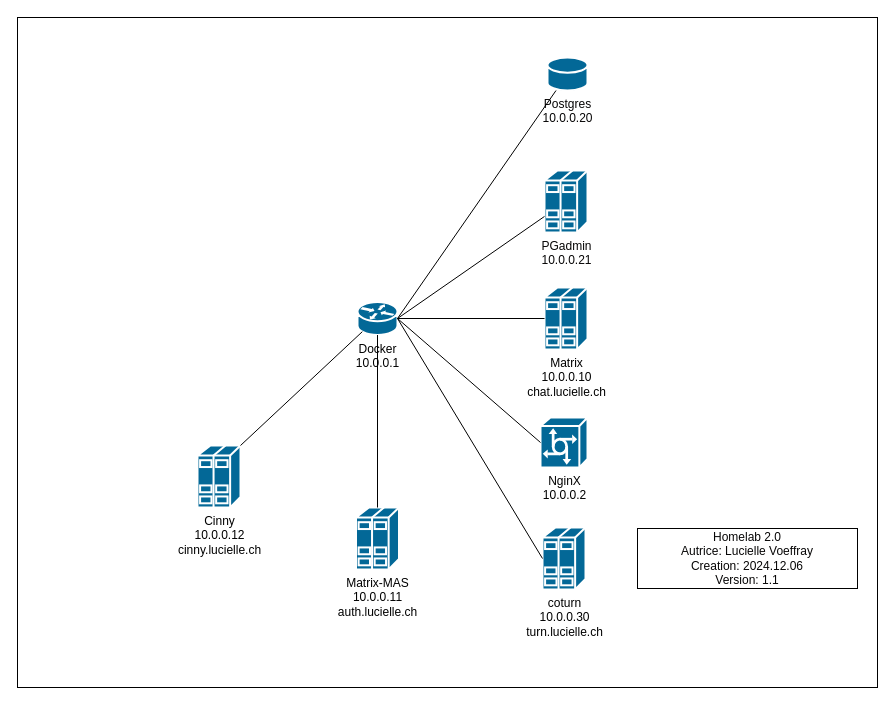
Before: documentation/network.drawio in Lucielle-Voeffray/postgres-docker, a draw.io diagram. Source tidied: cells renumbered, new cells numbered last; positions are measured from the earlier drawing's top-left corner, leaving out a move shared by most shapes. Both pictures are drawn from the tidied source at 100%, with x=0, y=0 at pixel (17, 17).
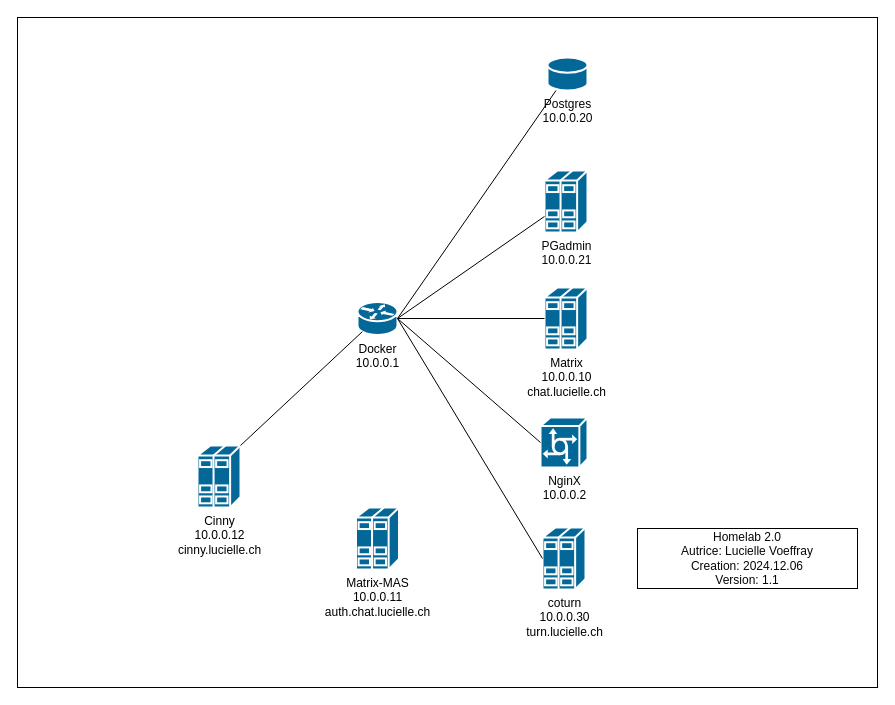
After the change.

Commit message:
Abandoning MAS for the time being, not enough client support it

Diff of the diagram source:
```diff
@@
 <mxGraphModel>
   <root>
     <mxCell id="0" />
     <mxCell id="1" parent="0" />
     <mxCell id="2" style="rounded=0;whiteSpace=wrap;html=1;fillColor=#FFFFFF;" parent="1" vertex="1">
       <mxGeometry width="860" height="670" as="geometry" />
     </mxCell>
     <mxCell id="3" value="&lt;font color=&quot;#000000&quot;&gt;Docker&lt;br&gt;10.0.0.1&lt;/font&gt;" style="shape=mxgraph.cisco.routers.router;sketch=0;html=1;dashed=0;fillColor=#036897;strokeColor=#ffffff;strokeWidth=2;verticalLabelPosition=bottom;verticalAlign=top;align=center;outlineConnect=0;" parent="1" vertex="1">
       <mxGeometry x="340" y="284.5" width="40" height="33" as="geometry" />
     </mxCell>
     <mxCell id="4" value="&lt;font color=&quot;#080707&quot;&gt;Postgres&lt;br&gt;10.0.0.20&lt;/font&gt;" style="shape=mxgraph.cisco.storage.relational_database;sketch=0;html=1;dashed=0;fillColor=#036897;strokeColor=#ffffff;strokeWidth=2;verticalLabelPosition=bottom;verticalAlign=top;align=center;outlineConnect=0;" parent="1" vertex="1">
       <mxGeometry x="530" y="40" width="40" height="33" as="geometry" />
     </mxCell>
     <mxCell id="5" value="&lt;font color=&quot;#080707&quot;&gt;PGadmin&lt;br&gt;10.0.0.21&lt;/font&gt;" style="shape=mxgraph.cisco.servers.standard_host;sketch=0;html=1;dashed=0;fillColor=#036897;strokeColor=#ffffff;strokeWidth=2;verticalLabelPosition=bottom;verticalAlign=top;align=center;outlineConnect=0;" parent="1" vertex="1">
       <mxGeometry x="527" y="153" width="43" height="62" as="geometry" />
     </mxCell>
     <mxCell id="6" value="&lt;font color=&quot;#000000&quot;&gt;Matrix&lt;br&gt;10.0.0.10&lt;br&gt;chat.lucielle.ch&lt;br&gt;&lt;/font&gt;" style="shape=mxgraph.cisco.servers.standard_host;sketch=0;html=1;dashed=0;fillColor=#036897;strokeColor=#ffffff;strokeWidth=2;verticalLabelPosition=bottom;verticalAlign=top;align=center;outlineConnect=0;" parent="1" vertex="1">
       <mxGeometry x="527" y="270" width="43" height="62" as="geometry" />
     </mxCell>
     <mxCell id="7" style="endArrow=none;html=1;exitX=1;exitY=0.5;exitDx=0;exitDy=0;exitPerimeter=0;strokeColor=#000000;" parent="1" edge="1" source="3" target="4">
       <mxGeometry relative="1" as="geometry" />
     </mxCell>
     <mxCell id="8" style="endArrow=none;html=1;strokeColor=#000000;exitX=1;exitY=0.5;exitDx=0;exitDy=0;exitPerimeter=0;" parent="1" edge="1" source="3" target="5">
       <mxGeometry relative="1" as="geometry" />
     </mxCell>
     <mxCell id="9" style="endArrow=none;html=1;exitX=1;exitY=0.5;exitDx=0;exitDy=0;exitPerimeter=0;strokeColor=#000000;" parent="1" edge="1" source="3" target="6">
       <mxGeometry relative="1" as="geometry" />
     </mxCell>
     <mxCell id="10" value="&lt;font color=&quot;#000000&quot;&gt;NginX&lt;br&gt;10.0.0.2&lt;/font&gt;" style="shape=mxgraph.cisco.servers.communications_server;sketch=0;html=1;dashed=0;fillColor=#036897;strokeColor=#ffffff;strokeWidth=2;verticalLabelPosition=bottom;verticalAlign=top;align=center;outlineConnect=0;" parent="1" vertex="1">
       <mxGeometry x="523" y="400" width="47" height="50" as="geometry" />
     </mxCell>
     <mxCell id="11" style="endArrow=none;html=1;exitX=0;exitY=0.5;exitDx=0;exitDy=0;exitPerimeter=0;entryX=1;entryY=0.5;entryDx=0;entryDy=0;entryPerimeter=0;strokeColor=#000000;" parent="1" edge="1" source="10" target="3">
       <mxGeometry relative="1" as="geometry" />
     </mxCell>
     <mxCell id="12" value="&lt;font color=&quot;#080707&quot;&gt;Homelab 2.0&lt;br&gt;Autrice: Lucielle Voeffray&lt;br&gt;Creation: 2024.12.06&lt;br&gt;Version: 1.1&lt;br&gt;&lt;/font&gt;" style="rounded=0;whiteSpace=wrap;html=1;fillColor=#FFFFFF;" parent="1" vertex="1">
       <mxGeometry x="620" y="511" width="220" height="60" as="geometry" />
     </mxCell>
     <mxCell id="13" value="&lt;font color=&quot;#000000&quot;&gt;coturn&lt;br&gt;10.0.0.30&lt;br&gt;turn.lucielle.ch&lt;br&gt;&lt;/font&gt;" style="shape=mxgraph.cisco.servers.standard_host;sketch=0;html=1;dashed=0;fillColor=#036897;strokeColor=#ffffff;strokeWidth=2;verticalLabelPosition=bottom;verticalAlign=top;align=center;outlineConnect=0;" parent="1" vertex="1">
       <mxGeometry x="525" y="510" width="43" height="62" as="geometry" />
     </mxCell>
     <mxCell id="14" style="endArrow=none;html=1;fontColor=#000000;strokeColor=#000000;exitX=0;exitY=0.5;exitDx=0;exitDy=0;exitPerimeter=0;entryX=1;entryY=0.5;entryDx=0;entryDy=0;entryPerimeter=0;" parent="1" edge="1" source="13" target="3">
       <mxGeometry relative="1" as="geometry" />
     </mxCell>
-    <mxCell id="15" value="&lt;font color=&quot;#000000&quot;&gt;Matrix-MAS&lt;br&gt;10.0.0.11&lt;br&gt;auth.lucielle.ch&lt;br&gt;&lt;/font&gt;" style="shape=mxgraph.cisco.servers.standard_host;sketch=0;html=1;dashed=0;fillColor=#036897;strokeColor=#ffffff;strokeWidth=2;verticalLabelPosition=bottom;verticalAlign=top;align=center;outlineConnect=0;" parent="1" vertex="1">
+    <mxCell id="15" value="&lt;font color=&quot;#000000&quot;&gt;Matrix-MAS&lt;br&gt;10.0.0.11&lt;br&gt;auth.chat.lucielle.ch&lt;br&gt;&lt;/font&gt;" style="shape=mxgraph.cisco.servers.standard_host;sketch=0;html=1;dashed=0;fillColor=#036897;strokeColor=#ffffff;strokeWidth=2;verticalLabelPosition=bottom;verticalAlign=top;align=center;outlineConnect=0;" parent="1" vertex="1">
       <mxGeometry x="338.5" y="490" width="43" height="62" as="geometry" />
     </mxCell>
-    <mxCell id="16" style="endArrow=none;html=1;strokeColor=#000000;fontColor=#000000;exitX=0.5;exitY=0;exitDx=0;exitDy=0;exitPerimeter=0;entryX=0.5;entryY=1;entryDx=0;entryDy=0;entryPerimeter=0;" parent="1" edge="1" source="15" target="3">
-      <mxGeometry relative="1" as="geometry" />
-    </mxCell>
     <mxCell id="17" value="&lt;font color=&quot;#000000&quot;&gt;Cinny&lt;br&gt;10.0.0.12&lt;br&gt;cinny.lucielle.ch&lt;br&gt;&lt;/font&gt;" style="shape=mxgraph.cisco.servers.standard_host;sketch=0;html=1;dashed=0;fillColor=#036897;strokeColor=#ffffff;strokeWidth=2;verticalLabelPosition=bottom;verticalAlign=top;align=center;outlineConnect=0;" parent="1" vertex="1">
       <mxGeometry x="180" y="428" width="43" height="62" as="geometry" />
     </mxCell>
     <mxCell id="18" style="endArrow=none;html=1;strokeColor=#000000;fontColor=#000000;entryX=0.12;entryY=0.9;entryDx=0;entryDy=0;entryPerimeter=0;exitX=1;exitY=0;exitDx=0;exitDy=0;exitPerimeter=0;" parent="1" edge="1" source="17" target="3">
       <mxGeometry relative="1" as="geometry" />
     </mxCell>
   </root>
 </mxGraphModel>
```
